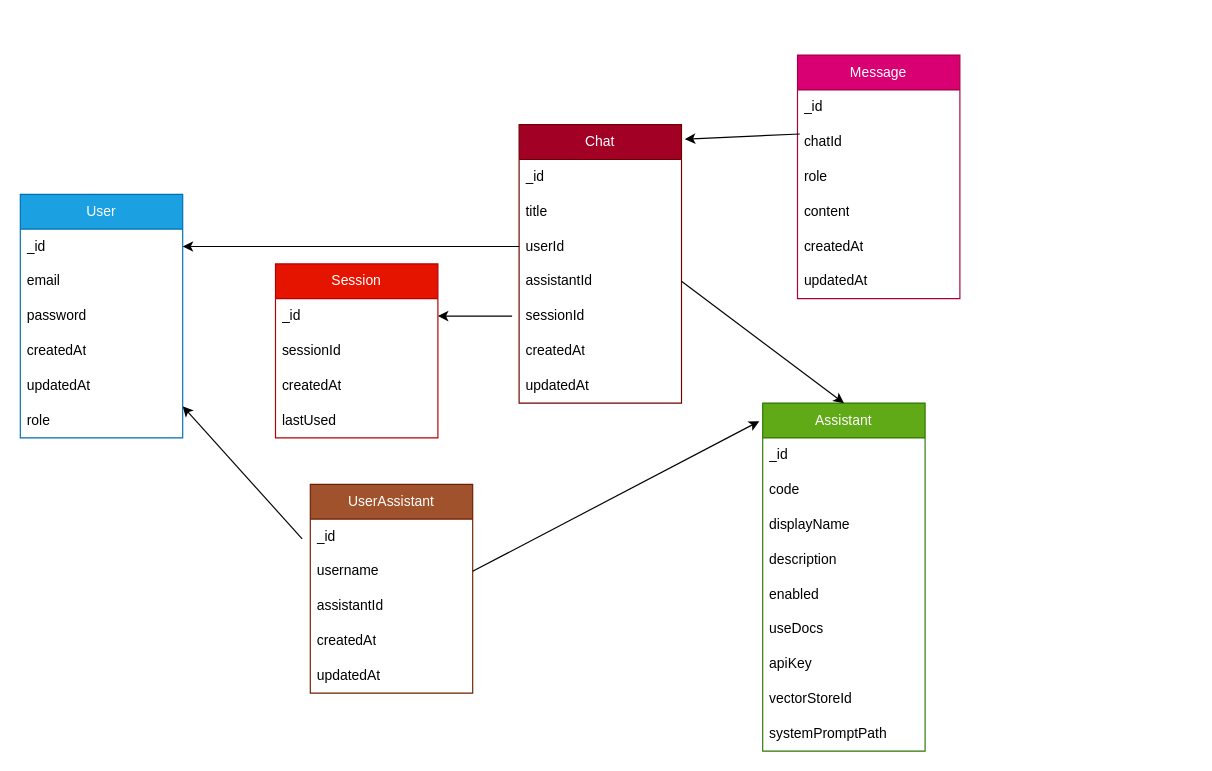
Earlier version of the draw.io diagram backend/IS-GPT Schema.drawio (stevenyeo99/ulink-assistant). Source tidied: cells renumbered, new cells numbered last; positions are measured from the earlier drawing's top-left corner, leaving out a move shared by most shapes. Both pictures are drawn from the tidied source at 116%, with x=0, y=0 at pixel (20, 55).
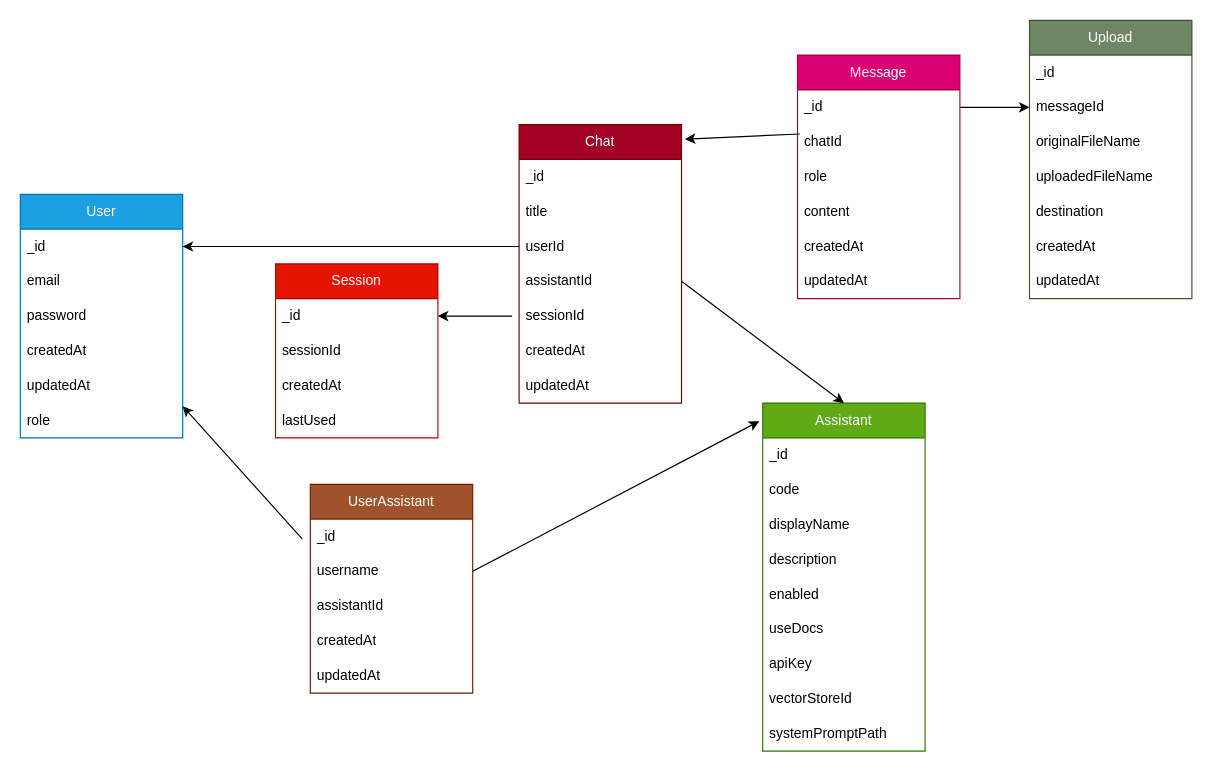
Above is the later version.

Unchanged cells that the change refers to:
```xml
<mxCell id="28" value="_id" style="text;strokeColor=none;fillColor=none;align=left;verticalAlign=middle;spacingLeft=4;spacingRight=4;overflow=hidden;points=[[0,0.5],[1,0.5]];portConstraint=eastwest;whiteSpace=wrap;html=1;" parent="27" vertex="1">
  <mxGeometry y="30" width="140" height="30" as="geometry" />
</mxCell>
```

What changed in the source:
```diff
@@
+    <mxCell id="51" value="Upload" style="swimlane;fontStyle=0;horizontal=1;startSize=30;whiteSpace=wrap;html=1;fillColor=#6d8764;fontColor=#ffffff;strokeColor=#3A5431;" parent="1" vertex="1">
+      <mxGeometry x="870" y="-30" width="140" height="240" as="geometry" />
+    </mxCell>
+    <mxCell id="52" value="_id" style="text;strokeColor=none;fillColor=none;align=left;verticalAlign=middle;spacingLeft=4;spacingRight=4;overflow=hidden;whiteSpace=wrap;html=1;" parent="51" vertex="1">
+      <mxGeometry y="30" width="140" height="30" as="geometry" />
+    </mxCell>
+    <mxCell id="53" value="messageId" style="text;strokeColor=none;fillColor=none;align=left;verticalAlign=middle;spacingLeft=4;spacingRight=4;overflow=hidden;points=[[0,0.5],[1,0.5]];portConstraint=eastwest;whiteSpace=wrap;html=1;" parent="51" vertex="1">
+      <mxGeometry y="60" width="140" height="30" as="geometry" />
+    </mxCell>
+    <mxCell id="54" value="originalFileName" style="text;strokeColor=none;fillColor=none;align=left;verticalAlign=middle;spacingLeft=4;spacingRight=4;overflow=hidden;whiteSpace=wrap;html=1;" parent="51" vertex="1">
+      <mxGeometry y="90" width="140" height="30" as="geometry" />
+    </mxCell>
+    <mxCell id="55" value="uploadedFileName" style="text;strokeColor=none;fillColor=none;align=left;verticalAlign=middle;spacingLeft=4;spacingRight=4;overflow=hidden;whiteSpace=wrap;html=1;" parent="51" vertex="1">
+      <mxGeometry y="120" width="140" height="30" as="geometry" />
+    </mxCell>
+    <mxCell id="56" value="destination" style="text;strokeColor=none;fillColor=none;align=left;verticalAlign=middle;spacingLeft=4;spacingRight=4;overflow=hidden;whiteSpace=wrap;html=1;" parent="51" vertex="1">
+      <mxGeometry y="150" width="140" height="30" as="geometry" />
+    </mxCell>
+    <mxCell id="57" value="createdAt" style="text;strokeColor=none;fillColor=none;align=left;verticalAlign=middle;spacingLeft=4;spacingRight=4;overflow=hidden;whiteSpace=wrap;html=1;" parent="51" vertex="1">
+      <mxGeometry y="180" width="140" height="30" as="geometry" />
+    </mxCell>
+    <mxCell id="58" value="updatedAt" style="text;strokeColor=none;fillColor=none;align=left;verticalAlign=middle;spacingLeft=4;spacingRight=4;overflow=hidden;whiteSpace=wrap;html=1;" parent="51" vertex="1">
+      <mxGeometry y="210" width="140" height="30" as="geometry" />
+    </mxCell>
+    <mxCell id="59" style="endArrow=classic;html=1;rounded=0;entryX=0;entryY=0.5;entryDx=0;entryDy=0;exitX=1;exitY=0.5;exitDx=0;exitDy=0;" parent="1" edge="1" source="28" target="53">
+      <mxGeometry relative="1" as="geometry" />
+    </mxCell>
```
